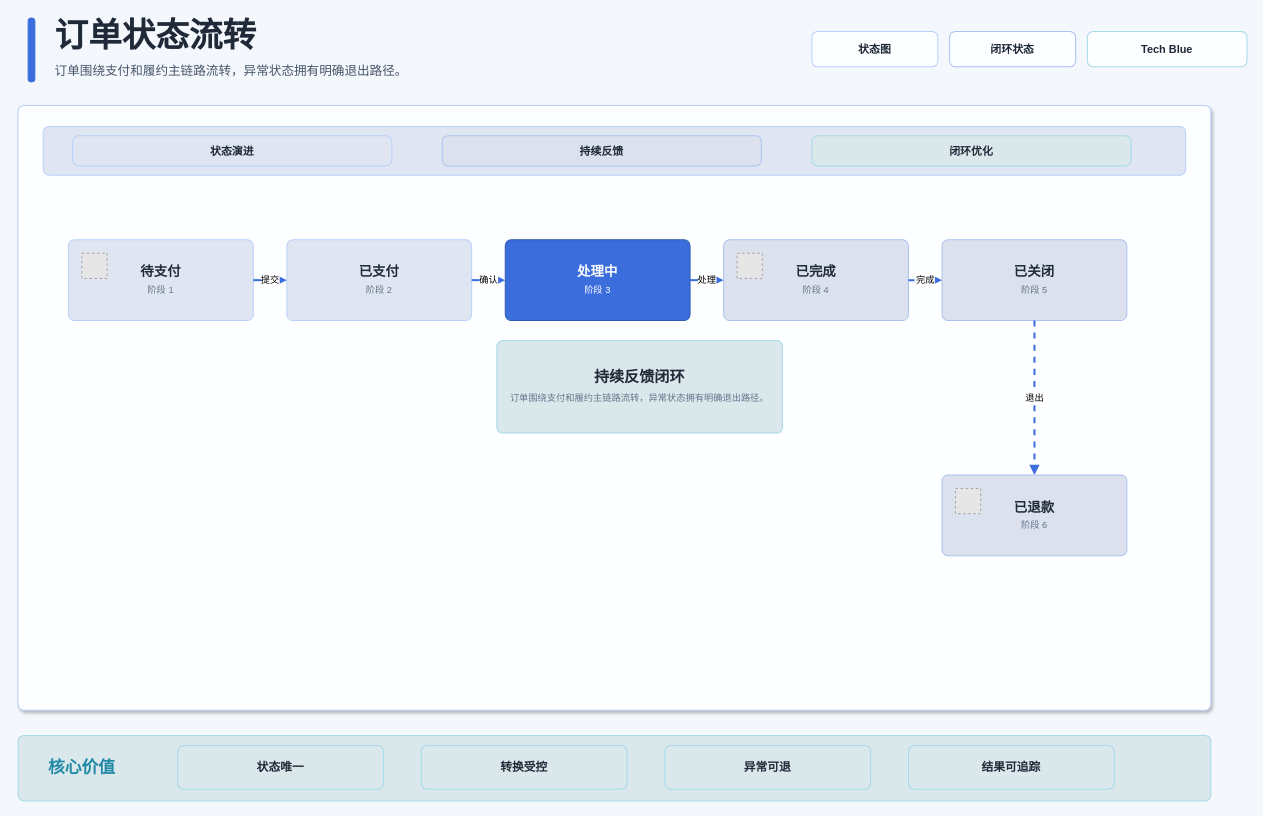
The draw.io diagram .opencode/skills/xml-diagram/examples/state-tech-blue-light-enterprise.drawio in BeWaterMyFriend7/SKILL-PROJECT, before the edit. Source tidied: cells renumbered, new cells numbered last; positions are measured from the earlier drawing's top-left corner, leaving out a move shared by most shapes. Both pictures are drawn from the tidied source at 84%, with x=0, y=0 at pixel (18, 14). Pictures stored in the file or linked from it are replaced by grey dashed boxes.
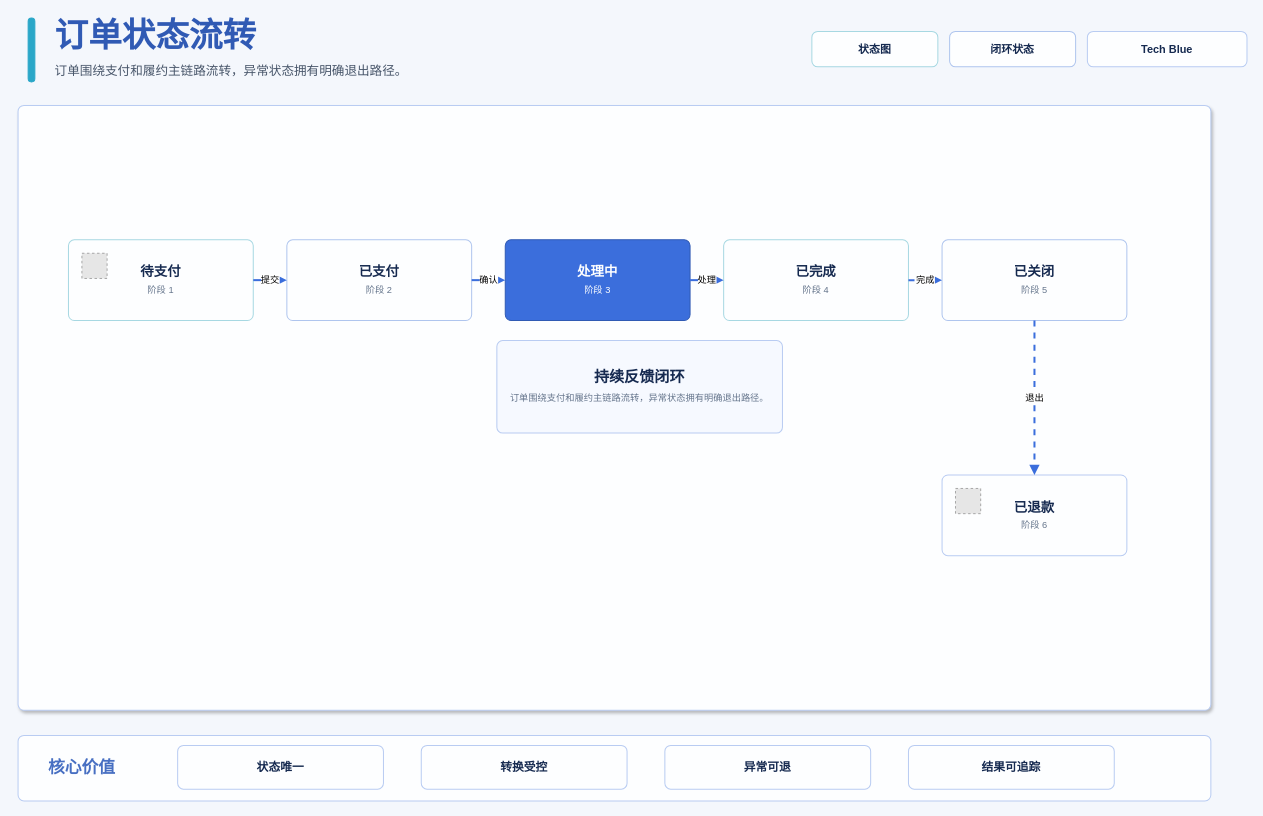
Above is the later version.

Change to the diagram source:
```diff
@@
-    <mxCell id="2" style="rounded=1;absoluteArcSize=1;arcSize=14;whiteSpace=wrap;html=1;fillColor=#3B6EDC;strokeColor=#3B6EDC;strokeWidth=1.2;fontColor=#FFFFFF;fontSize=12;fontFamily=Microsoft YaHei;align=center;verticalAlign=middle;" parent="1" vertex="1">
+    <mxCell id="2" style="rounded=1;absoluteArcSize=1;arcSize=14;whiteSpace=wrap;html=1;fillColor=#2AA7C8;strokeColor=#2AA7C8;strokeWidth=1.2;fontColor=#000000;fontSize=12;fontFamily=Microsoft YaHei;align=center;verticalAlign=middle;" parent="1" vertex="1">
       <mxGeometry x="12" y="4" width="8" height="76" as="geometry" />
     </mxCell>
-    <mxCell id="3" value="订单状态流转" style="rounded=1;absoluteArcSize=1;arcSize=14;whiteSpace=wrap;html=1;fillColor=none;strokeColor=none;strokeWidth=1.2;fontColor=#1F2937;fontSize=40;fontFamily=Microsoft YaHei;align=left;verticalAlign=middle;fontStyle=1;" parent="1" vertex="1">
+    <mxCell id="3" value="订单状态流转" style="rounded=1;absoluteArcSize=1;arcSize=14;whiteSpace=wrap;html=1;fillColor=none;strokeColor=none;strokeWidth=1.2;fontColor=#305AB4;fontSize=40;fontFamily=Microsoft YaHei;align=left;verticalAlign=middle;fontStyle=1;" parent="1" vertex="1">
       <mxGeometry x="42" width="760" height="48" as="geometry" />
     </mxCell>
@@
-    <mxCell id="5" value="状态图" style="rounded=1;absoluteArcSize=1;arcSize=14;whiteSpace=wrap;html=1;fillColor=#FDFEFF;strokeColor=#BAD0FC;strokeWidth=1.2;fontColor=#1F2937;fontSize=13;fontFamily=Microsoft YaHei;align=center;verticalAlign=middle;fontStyle=1;" parent="1" vertex="1">
+    <mxCell id="5" value="状态图" style="rounded=1;absoluteArcSize=1;arcSize=14;whiteSpace=wrap;html=1;fillColor=#FDFEFF;strokeColor=#A7D8E2;strokeWidth=1.2;fontColor=#162A50;fontSize=13;fontFamily=Microsoft YaHei;align=center;verticalAlign=middle;fontStyle=1;" parent="1" vertex="1">
       <mxGeometry x="945" y="20" width="150" height="42" as="geometry" />
     </mxCell>
-    <mxCell id="6" value="闭环状态" style="rounded=1;absoluteArcSize=1;arcSize=14;whiteSpace=wrap;html=1;fillColor=#FDFEFF;strokeColor=#ADC2F0;strokeWidth=1.2;fontColor=#1F2937;fontSize=13;fontFamily=Microsoft YaHei;align=center;verticalAlign=middle;fontStyle=1;" parent="1" vertex="1">
+    <mxCell id="6" value="闭环状态" style="rounded=1;absoluteArcSize=1;arcSize=14;whiteSpace=wrap;html=1;fillColor=#FDFEFF;strokeColor=#AFC5EE;strokeWidth=1.2;fontColor=#162A50;fontSize=13;fontFamily=Microsoft YaHei;align=center;verticalAlign=middle;fontStyle=1;" parent="1" vertex="1">
       <mxGeometry x="1109" y="20" width="150" height="42" as="geometry" />
     </mxCell>
-    <mxCell id="7" value="Tech Blue" style="rounded=1;absoluteArcSize=1;arcSize=14;whiteSpace=wrap;html=1;fillColor=#FDFEFF;strokeColor=#A6DAE8;strokeWidth=1.2;fontColor=#1F2937;fontSize=13;fontFamily=Microsoft YaHei;align=center;verticalAlign=middle;fontStyle=1;" parent="1" vertex="1">
+    <mxCell id="7" value="Tech Blue" style="rounded=1;absoluteArcSize=1;arcSize=14;whiteSpace=wrap;html=1;fillColor=#FDFEFF;strokeColor=#B9CCF2;strokeWidth=1.2;fontColor=#162A50;fontSize=13;fontFamily=Microsoft YaHei;align=center;verticalAlign=middle;fontStyle=1;" parent="1" vertex="1">
       <mxGeometry x="1273" y="20" width="190" height="42" as="geometry" />
     </mxCell>
-    <mxCell id="8" style="rounded=1;absoluteArcSize=1;arcSize=14;whiteSpace=wrap;html=1;fillColor=#FDFEFF;strokeColor=#BAD0FC;strokeWidth=1.2;fontColor=#1F2937;fontSize=15;fontFamily=Microsoft YaHei;align=center;verticalAlign=middle;shadow=1;" parent="1" vertex="1">
+    <mxCell id="8" style="rounded=1;absoluteArcSize=1;arcSize=14;whiteSpace=wrap;html=1;fillColor=#FDFEFF;strokeColor=#B9CCF2;strokeWidth=1.2;fontColor=#162A50;fontSize=15;fontFamily=Microsoft YaHei;align=center;verticalAlign=middle;shadow=1;" parent="1" vertex="1">
       <mxGeometry y="108" width="1420" height="720" as="geometry" />
     </mxCell>
-    <mxCell id="9" style="rounded=1;absoluteArcSize=1;arcSize=14;whiteSpace=wrap;html=1;fillColor=#DFE6F1;strokeColor=#BAD0FC;strokeWidth=1.2;fontColor=#1F2937;fontSize=15;fontFamily=Microsoft YaHei;align=center;verticalAlign=middle;" parent="1" vertex="1">
-      <mxGeometry x="30" y="133" width="1360" height="58" as="geometry" />
-    </mxCell>
-    <mxCell id="10" value="&lt;b&gt;状态演进&lt;/b&gt;" style="rounded=1;absoluteArcSize=1;arcSize=14;whiteSpace=wrap;html=1;fillColor=#DFE6F1;strokeColor=#BAD0FC;strokeWidth=1.2;fontColor=#1F2937;fontSize=13;fontFamily=Microsoft YaHei;align=center;verticalAlign=middle;" parent="1" vertex="1">
-      <mxGeometry x="65" y="144" width="380" height="36" as="geometry" />
-    </mxCell>
-    <mxCell id="11" value="&lt;b&gt;持续反馈&lt;/b&gt;" style="rounded=1;absoluteArcSize=1;arcSize=14;whiteSpace=wrap;html=1;fillColor=#DBE2EE;strokeColor=#ADC2F0;strokeWidth=1.2;fontColor=#1F2937;fontSize=13;fontFamily=Microsoft YaHei;align=center;verticalAlign=middle;" parent="1" vertex="1">
-      <mxGeometry x="505" y="144" width="380" height="36" as="geometry" />
-    </mxCell>
-    <mxCell id="12" value="&lt;b&gt;闭环优化&lt;/b&gt;" style="rounded=1;absoluteArcSize=1;arcSize=14;whiteSpace=wrap;html=1;fillColor=#DAE8EC;strokeColor=#A6DAE8;strokeWidth=1.2;fontColor=#1F2937;fontSize=13;fontFamily=Microsoft YaHei;align=center;verticalAlign=middle;" parent="1" vertex="1">
-      <mxGeometry x="945" y="144" width="380" height="36" as="geometry" />
-    </mxCell>
-    <mxCell id="13" style="rounded=1;absoluteArcSize=1;arcSize=14;whiteSpace=wrap;html=1;fillColor=#DAE8EC;strokeColor=#A6DAE8;strokeWidth=1.2;fontColor=#1F2937;fontSize=15;fontFamily=Microsoft YaHei;align=center;verticalAlign=middle;" parent="1" vertex="1">
+    <mxCell id="13" style="rounded=1;absoluteArcSize=1;arcSize=14;whiteSpace=wrap;html=1;fillColor=#FDFEFF;strokeColor=#B9CCF2;strokeWidth=1.2;fontColor=#162A50;fontSize=15;fontFamily=Microsoft YaHei;align=center;verticalAlign=middle;" parent="1" vertex="1">
       <mxGeometry y="858" width="1420" height="78" as="geometry" />
     </mxCell>
-    <mxCell id="14" value="&lt;b&gt;状态唯一&lt;/b&gt;" style="rounded=1;absoluteArcSize=1;arcSize=14;whiteSpace=wrap;html=1;fillColor=#DAE8EC;strokeColor=#A6DAE8;strokeWidth=1.2;fontColor=#1F2937;fontSize=14;fontFamily=Microsoft YaHei;align=center;verticalAlign=middle;" parent="1" vertex="1">
+    <mxCell id="14" value="&lt;b&gt;状态唯一&lt;/b&gt;" style="rounded=1;absoluteArcSize=1;arcSize=14;whiteSpace=wrap;html=1;fillColor=#FDFEFF;strokeColor=#B9CCF2;strokeWidth=1.2;fontColor=#162A50;fontSize=14;fontFamily=Microsoft YaHei;align=center;verticalAlign=middle;" parent="1" vertex="1">
       <mxGeometry x="190" y="870" width="245" height="52" as="geometry" />
     </mxCell>
-    <mxCell id="15" value="&lt;b&gt;转换受控&lt;/b&gt;" style="rounded=1;absoluteArcSize=1;arcSize=14;whiteSpace=wrap;html=1;fillColor=#DAE8EC;strokeColor=#A6DAE8;strokeWidth=1.2;fontColor=#1F2937;fontSize=14;fontFamily=Microsoft YaHei;align=center;verticalAlign=middle;" parent="1" vertex="1">
+    <mxCell id="15" value="&lt;b&gt;转换受控&lt;/b&gt;" style="rounded=1;absoluteArcSize=1;arcSize=14;whiteSpace=wrap;html=1;fillColor=#FDFEFF;strokeColor=#B9CCF2;strokeWidth=1.2;fontColor=#162A50;fontSize=14;fontFamily=Microsoft YaHei;align=center;verticalAlign=middle;" parent="1" vertex="1">
       <mxGeometry x="480" y="870" width="245" height="52" as="geometry" />
     </mxCell>
-    <mxCell id="16" value="&lt;b&gt;异常可退&lt;/b&gt;" style="rounded=1;absoluteArcSize=1;arcSize=14;whiteSpace=wrap;html=1;fillColor=#DAE8EC;strokeColor=#A6DAE8;strokeWidth=1.2;fontColor=#1F2937;fontSize=14;fontFamily=Microsoft YaHei;align=center;verticalAlign=middle;" parent="1" vertex="1">
+    <mxCell id="16" value="&lt;b&gt;异常可退&lt;/b&gt;" style="rounded=1;absoluteArcSize=1;arcSize=14;whiteSpace=wrap;html=1;fillColor=#FDFEFF;strokeColor=#B9CCF2;strokeWidth=1.2;fontColor=#162A50;fontSize=14;fontFamily=Microsoft YaHei;align=center;verticalAlign=middle;" parent="1" vertex="1">
       <mxGeometry x="770" y="870" width="245" height="52" as="geometry" />
     </mxCell>
-    <mxCell id="17" value="&lt;b&gt;结果可追踪&lt;/b&gt;" style="rounded=1;absoluteArcSize=1;arcSize=14;whiteSpace=wrap;html=1;fillColor=#DAE8EC;strokeColor=#A6DAE8;strokeWidth=1.2;fontColor=#1F2937;fontSize=14;fontFamily=Microsoft YaHei;align=center;verticalAlign=middle;" parent="1" vertex="1">
+    <mxCell id="17" value="&lt;b&gt;结果可追踪&lt;/b&gt;" style="rounded=1;absoluteArcSize=1;arcSize=14;whiteSpace=wrap;html=1;fillColor=#FDFEFF;strokeColor=#B9CCF2;strokeWidth=1.2;fontColor=#162A50;fontSize=14;fontFamily=Microsoft YaHei;align=center;verticalAlign=middle;" parent="1" vertex="1">
       <mxGeometry x="1060" y="870" width="245" height="52" as="geometry" />
     </mxCell>
-    <mxCell id="18" value="&lt;b&gt;待支付&lt;/b&gt;&lt;br&gt;&lt;font style='font-size:11px;color:#64748B'&gt;阶段 1&lt;/font&gt;" style="rounded=1;absoluteArcSize=1;arcSize=14;whiteSpace=wrap;html=1;fillColor=#DFE6F1;strokeColor=#BAD0FC;strokeWidth=1.2;fontColor=#1F2937;fontSize=16;fontFamily=Microsoft YaHei;align=center;verticalAlign=middle;" parent="1" vertex="1">
+    <mxCell id="18" value="&lt;b&gt;待支付&lt;/b&gt;&lt;br&gt;&lt;font style='font-size:11px;color:#64748B'&gt;阶段 1&lt;/font&gt;" style="rounded=1;absoluteArcSize=1;arcSize=14;whiteSpace=wrap;html=1;fillColor=#FDFEFF;strokeColor=#A7D8E2;strokeWidth=1.2;fontColor=#162A50;fontSize=16;fontFamily=Microsoft YaHei;align=center;verticalAlign=middle;" parent="1" vertex="1">
       <mxGeometry x="60" y="268" width="220" height="96" as="geometry" />
     </mxCell>
-    <mxCell id="19" value="&lt;b&gt;已支付&lt;/b&gt;&lt;br&gt;&lt;font style='font-size:11px;color:#64748B'&gt;阶段 2&lt;/font&gt;" style="rounded=1;absoluteArcSize=1;arcSize=14;whiteSpace=wrap;html=1;fillColor=#DFE6F1;strokeColor=#BAD0FC;strokeWidth=1.2;fontColor=#1F2937;fontSize=16;fontFamily=Microsoft YaHei;align=center;verticalAlign=middle;" parent="1" vertex="1">
+    <mxCell id="19" value="&lt;b&gt;已支付&lt;/b&gt;&lt;br&gt;&lt;font style='font-size:11px;color:#64748B'&gt;阶段 2&lt;/font&gt;" style="rounded=1;absoluteArcSize=1;arcSize=14;whiteSpace=wrap;html=1;fillColor=#FDFEFF;strokeColor=#AFC5EE;strokeWidth=1.2;fontColor=#162A50;fontSize=16;fontFamily=Microsoft YaHei;align=center;verticalAlign=middle;" parent="1" vertex="1">
       <mxGeometry x="320" y="268" width="220" height="96" as="geometry" />
     </mxCell>
@@
-    <mxCell id="21" value="&lt;b&gt;已完成&lt;/b&gt;&lt;br&gt;&lt;font style='font-size:11px;color:#64748B'&gt;阶段 4&lt;/font&gt;" style="rounded=1;absoluteArcSize=1;arcSize=14;whiteSpace=wrap;html=1;fillColor=#DBE2EE;strokeColor=#ADC2F0;strokeWidth=1.2;fontColor=#1F2937;fontSize=16;fontFamily=Microsoft YaHei;align=center;verticalAlign=middle;" parent="1" vertex="1">
+    <mxCell id="21" value="&lt;b&gt;已完成&lt;/b&gt;&lt;br&gt;&lt;font style='font-size:11px;color:#64748B'&gt;阶段 4&lt;/font&gt;" style="rounded=1;absoluteArcSize=1;arcSize=14;whiteSpace=wrap;html=1;fillColor=#FDFEFF;strokeColor=#A7D8E2;strokeWidth=1.2;fontColor=#162A50;fontSize=16;fontFamily=Microsoft YaHei;align=center;verticalAlign=middle;" parent="1" vertex="1">
       <mxGeometry x="840" y="268" width="220" height="96" as="geometry" />
     </mxCell>
-    <mxCell id="22" value="&lt;b&gt;已关闭&lt;/b&gt;&lt;br&gt;&lt;font style='font-size:11px;color:#64748B'&gt;阶段 5&lt;/font&gt;" style="rounded=1;absoluteArcSize=1;arcSize=14;whiteSpace=wrap;html=1;fillColor=#DBE2EE;strokeColor=#ADC2F0;strokeWidth=1.2;fontColor=#1F2937;fontSize=16;fontFamily=Microsoft YaHei;align=center;verticalAlign=middle;" parent="1" vertex="1">
+    <mxCell id="22" value="&lt;b&gt;已关闭&lt;/b&gt;&lt;br&gt;&lt;font style='font-size:11px;color:#64748B'&gt;阶段 5&lt;/font&gt;" style="rounded=1;absoluteArcSize=1;arcSize=14;whiteSpace=wrap;html=1;fillColor=#FDFEFF;strokeColor=#AFC5EE;strokeWidth=1.2;fontColor=#162A50;fontSize=16;fontFamily=Microsoft YaHei;align=center;verticalAlign=middle;" parent="1" vertex="1">
       <mxGeometry x="1100" y="268" width="220" height="96" as="geometry" />
     </mxCell>
-    <mxCell id="23" value="&lt;b&gt;已退款&lt;/b&gt;&lt;br&gt;&lt;font style='font-size:11px;color:#64748B'&gt;阶段 6&lt;/font&gt;" style="rounded=1;absoluteArcSize=1;arcSize=14;whiteSpace=wrap;html=1;fillColor=#DBE2EE;strokeColor=#ADC2F0;strokeWidth=1.2;fontColor=#1F2937;fontSize=16;fontFamily=Microsoft YaHei;align=center;verticalAlign=middle;" parent="1" vertex="1">
+    <mxCell id="23" value="&lt;b&gt;已退款&lt;/b&gt;&lt;br&gt;&lt;font style='font-size:11px;color:#64748B'&gt;阶段 6&lt;/font&gt;" style="rounded=1;absoluteArcSize=1;arcSize=14;whiteSpace=wrap;html=1;fillColor=#FDFEFF;strokeColor=#B9CCF2;strokeWidth=1.2;fontColor=#162A50;fontSize=16;fontFamily=Microsoft YaHei;align=center;verticalAlign=middle;" parent="1" vertex="1">
       <mxGeometry x="1100" y="548" width="220" height="96" as="geometry" />
     </mxCell>
-    <mxCell id="24" value="&lt;b&gt;持续反馈闭环&lt;/b&gt;&lt;br&gt;&lt;font style='font-size:11px;color:#64748B'&gt;订单围绕支付和履约主链路流转，异常状态拥有明确退出路径。&lt;/font&gt;" style="rounded=1;absoluteArcSize=1;arcSize=14;whiteSpace=wrap;html=1;fillColor=#DAE8EC;strokeColor=#A6DAE8;strokeWidth=1.2;fontColor=#1F2937;fontSize=18;fontFamily=Microsoft YaHei;align=center;verticalAlign=middle;" parent="1" vertex="1">
+    <mxCell id="24" value="&lt;b&gt;持续反馈闭环&lt;/b&gt;&lt;br&gt;&lt;font style='font-size:11px;color:#64748B'&gt;订单围绕支付和履约主链路流转，异常状态拥有明确退出路径。&lt;/font&gt;" style="rounded=1;absoluteArcSize=1;arcSize=14;whiteSpace=wrap;html=1;fillColor=#F6F9FF;strokeColor=#B9CCF2;strokeWidth=1.2;fontColor=#162A50;fontSize=18;fontFamily=Microsoft YaHei;align=center;verticalAlign=middle;" parent="1" vertex="1">
       <mxGeometry x="570" y="388" width="340" height="110" as="geometry" />
     </mxCell>
-    <mxCell id="25" value="核心价值" style="rounded=1;absoluteArcSize=1;arcSize=14;whiteSpace=wrap;html=1;fillColor=none;strokeColor=none;strokeWidth=1.2;fontColor=#2289A4;fontSize=20;fontFamily=Microsoft YaHei;align=left;verticalAlign=middle;fontStyle=1;" parent="1" vertex="1">
+    <mxCell id="25" value="核心价值" style="rounded=1;absoluteArcSize=1;arcSize=14;whiteSpace=wrap;html=1;fillColor=none;strokeColor=none;strokeWidth=1.2;fontColor=#476FC2;fontSize=20;fontFamily=Microsoft YaHei;align=left;verticalAlign=middle;fontStyle=1;" parent="1" vertex="1">
       <mxGeometry x="34" y="874" width="130" height="42" as="geometry" />
     </mxCell>
@@
-    <mxCell id="27" style="fillColor=#E6E6E6;strokeColor=#999999;dashed=1;html=1;" parent="1" vertex="1">
-      <mxGeometry x="856" y="284" width="30" height="30" as="geometry" />
-    </mxCell>
```
